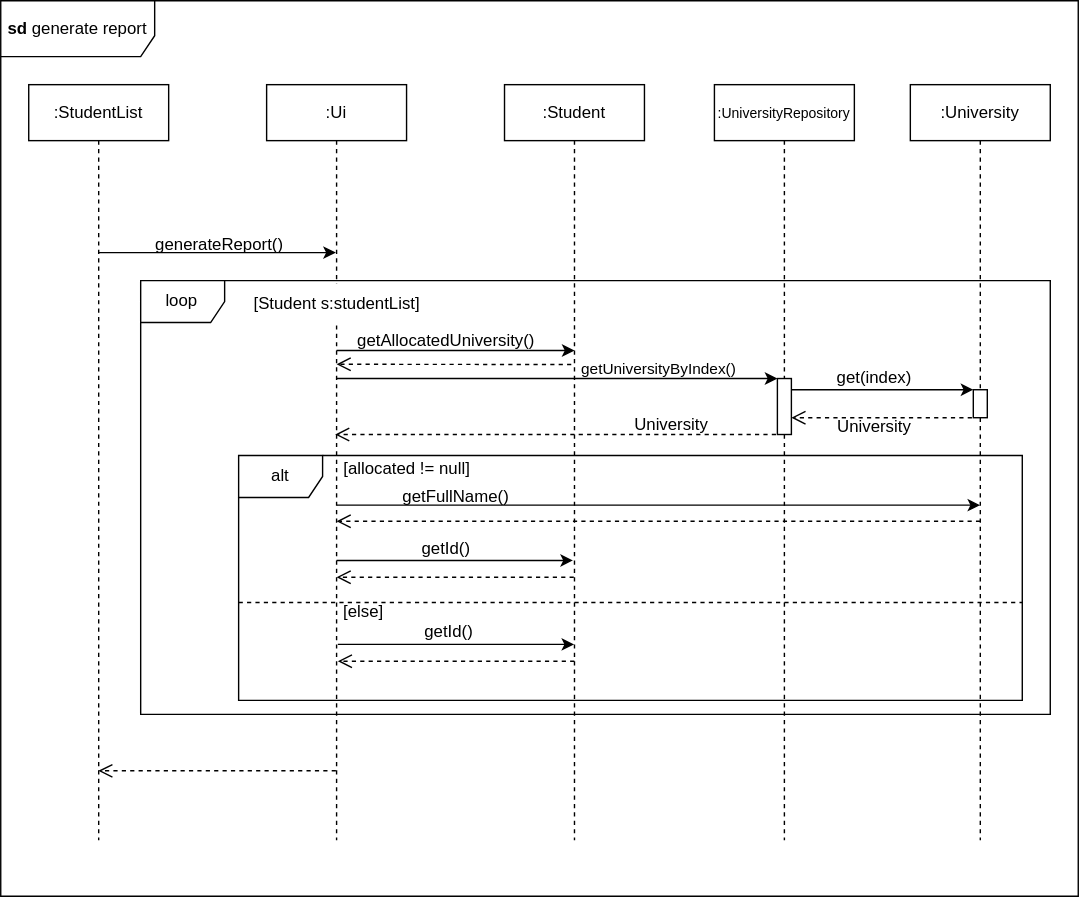
This is docs/UML_Diagrams/GenerateReportsd.drawio.svg from paulktham/tp, a draw.io export, as it was before one commit. Source tidied: cells renumbered, new cells last; positions are measured from the earlier drawing's top-left corner, leaving out a move shared by most shapes.
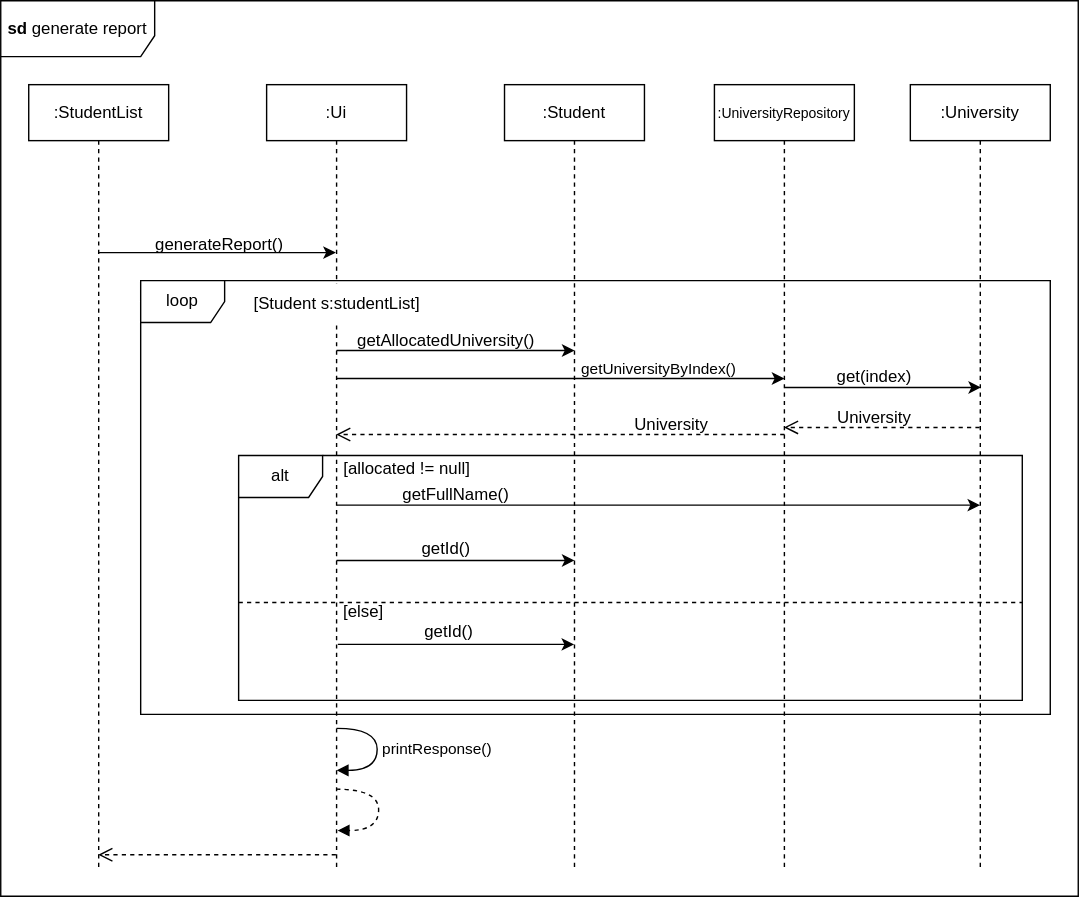
Above is the later version.

Diff of the diagram source:
```diff
@@ -6,13 +6,23 @@
       <mxGeometry width="770" height="640" as="geometry" />
     </mxCell>
     <mxCell id="3" value=":StudentList" style="shape=umlLifeline;perimeter=lifelinePerimeter;whiteSpace=wrap;html=1;outlineConnect=0;portConstraint=eastwest;newEdgeStyle={&quot;edgeStyle&quot;:&quot;elbowEdgeStyle&quot;,&quot;elbow&quot;:&quot;vertical&quot;,&quot;curved&quot;:0,&quot;rounded&quot;:0};" parent="1" vertex="1">
-      <mxGeometry x="20" y="60" width="100" height="540" as="geometry" />
+      <mxGeometry x="20" y="60" width="100" height="560" as="geometry" />
     </mxCell>
     <mxCell id="4" value=":Ui" style="shape=umlLifeline;perimeter=lifelinePerimeter;whiteSpace=wrap;html=1;outlineConnect=0;portConstraint=eastwest;newEdgeStyle={&quot;edgeStyle&quot;:&quot;elbowEdgeStyle&quot;,&quot;elbow&quot;:&quot;vertical&quot;,&quot;curved&quot;:0,&quot;rounded&quot;:0};" parent="1" vertex="1">
-      <mxGeometry x="190" y="60" width="100" height="540" as="geometry" />
+      <mxGeometry x="190" y="60" width="100" height="560" as="geometry" />
     </mxCell>
+    <mxCell id="39" value="printResponse()" style="html=1;align=left;spacingLeft=2;endArrow=block;rounded=0;edgeStyle=orthogonalEdgeStyle;curved=1;rounded=0;" parent="4" edge="1">
+      <mxGeometry relative="1" as="geometry">
+        <mxPoint x="50" y="460" as="sourcePoint" />
+        <mxPoint x="50" y="490" as="targetPoint" />
+        <Array as="points">
+          <mxPoint x="79" y="460" />
+          <mxPoint x="79" y="490" />
+        </Array>
+      </mxGeometry>
+    </mxCell>
     <mxCell id="5" value=":Student" style="shape=umlLifeline;perimeter=lifelinePerimeter;whiteSpace=wrap;html=1;outlineConnect=0;portConstraint=eastwest;newEdgeStyle={&quot;edgeStyle&quot;:&quot;elbowEdgeStyle&quot;,&quot;elbow&quot;:&quot;vertical&quot;,&quot;curved&quot;:0,&quot;rounded&quot;:0};" parent="1" vertex="1">
-      <mxGeometry x="360" y="60" width="100" height="540" as="geometry" />
+      <mxGeometry x="360" y="60" width="100" height="560" as="geometry" />
     </mxCell>
     <mxCell id="6" style="endArrow=classic;html=1;rounded=0;" parent="1" edge="1" target="4">
       <mxGeometry relative="1" as="geometry">
@@ -37,68 +47,56 @@
     <mxCell id="11" value="[Student s:studentList]" style="text;html=1;align=center;verticalAlign=middle;strokeColor=none;fillColor=default;" parent="1" vertex="1">
       <mxGeometry x="170" y="202" width="140" height="30" as="geometry" />
     </mxCell>
-    <mxCell id="12" style="html=1;verticalAlign=bottom;endArrow=open;dashed=1;endSize=8;curved=0;rounded=0;entryX=0.5;entryY=0.37;entryDx=0;entryDy=0;entryPerimeter=0;" parent="1" edge="1" target="4">
-      <mxGeometry relative="1" as="geometry">
-        <mxPoint x="407.7" y="260" as="sourcePoint" />
-      </mxGeometry>
-    </mxCell>
     <mxCell id="13" style="endArrow=classic;html=1;rounded=0;" parent="1" edge="1">
       <mxGeometry relative="1" as="geometry">
         <mxPoint x="240.1" y="360.5" as="sourcePoint" />
         <mxPoint x="699.9" y="360.5" as="targetPoint" />
       </mxGeometry>
     </mxCell>
-    <mxCell id="14" style="html=1;verticalAlign=bottom;endArrow=open;dashed=1;endSize=8;curved=0;rounded=0;" parent="1" edge="1">
-      <mxGeometry relative="1" as="geometry">
-        <mxPoint x="699.9" y="372" as="sourcePoint" />
-        <mxPoint x="240" y="372" as="targetPoint" />
-      </mxGeometry>
-    </mxCell>
     <mxCell id="15" value="getFullName()" style="text;html=1;align=center;verticalAlign=middle;strokeColor=none;fillColor=none;" parent="1" vertex="1">
-      <mxGeometry x="275.4" y="340" width="100" height="30" as="geometry" />
+      <mxGeometry x="275.4" y="338" width="100" height="30" as="geometry" />
     </mxCell>
-    <mxCell id="16" style="html=1;verticalAlign=bottom;endArrow=open;dashed=1;endSize=8;curved=0;rounded=0;entryX=0.497;entryY=0.908;entryDx=0;entryDy=0;entryPerimeter=0;" parent="1" edge="1" source="4" target="3">
-      <mxGeometry relative="1" as="geometry" />
+    <mxCell id="16" style="html=1;verticalAlign=bottom;endArrow=open;dashed=1;endSize=8;curved=0;rounded=0;entryX=0.497;entryY=0.908;entryDx=0;entryDy=0;entryPerimeter=0;" parent="1" edge="1">
+      <mxGeometry relative="1" as="geometry">
+        <mxPoint x="239.5" y="610.3" as="sourcePoint" />
+        <mxPoint x="69.7" y="610.3" as="targetPoint" />
+      </mxGeometry>
     </mxCell>
     <mxCell id="17" value="&lt;div style=&quot;font-size: 10px;&quot;&gt;:UniversityRepository&lt;/div&gt;" style="shape=umlLifeline;perimeter=lifelinePerimeter;whiteSpace=wrap;html=1;outlineConnect=0;portConstraint=eastwest;newEdgeStyle={&quot;edgeStyle&quot;:&quot;elbowEdgeStyle&quot;,&quot;elbow&quot;:&quot;vertical&quot;,&quot;curved&quot;:0,&quot;rounded&quot;:0};" parent="1" vertex="1">
-      <mxGeometry x="510" y="60" width="100" height="540" as="geometry" />
+      <mxGeometry x="510" y="60" width="100" height="560" as="geometry" />
     </mxCell>
-    <mxCell id="18" style="html=1;points=[[0,0,0,0,5],[0,1,0,0,-5],[1,0,0,0,5],[1,1,0,0,-5]];perimeter=orthogonalPerimeter;outlineConnect=0;targetShapes=umlLifeline;portConstraint=eastwest;newEdgeStyle={&quot;curved&quot;:0,&quot;rounded&quot;:0};" parent="17" vertex="1">
-      <mxGeometry x="45" y="210" width="10" height="40" as="geometry" />
-    </mxCell>
     <mxCell id="19" value=":University" style="shape=umlLifeline;perimeter=lifelinePerimeter;whiteSpace=wrap;html=1;newEdgeStyle={&quot;edgeStyle&quot;:&quot;elbowEdgeStyle&quot;,&quot;elbow&quot;:&quot;vertical&quot;,&quot;curved&quot;:0,&quot;rounded&quot;:0};" parent="1" vertex="1">
-      <mxGeometry x="650" y="60" width="100" height="540" as="geometry" />
+      <mxGeometry x="650" y="60" width="100" height="560" as="geometry" />
     </mxCell>
-    <mxCell id="20" style="html=1;perimeter=orthogonalPerimeter;targetShapes=umlLifeline;newEdgeStyle={&quot;curved&quot;:0,&quot;rounded&quot;:0};" parent="19" vertex="1">
-      <mxGeometry x="45" y="218" width="10" height="20" as="geometry" />
-    </mxCell>
-    <mxCell id="21" style="endArrow=classic;html=1;rounded=0;" parent="1" edge="1" target="18">
+    <mxCell id="21" style="endArrow=classic;html=1;rounded=0;" parent="1" edge="1">
       <mxGeometry relative="1" as="geometry">
         <mxPoint x="240" y="270" as="sourcePoint" />
+        <mxPoint x="560" y="270" as="targetPoint" />
       </mxGeometry>
     </mxCell>
     <mxCell id="22" value="getUniversityByIndex()" style="text;html=1;align=center;verticalAlign=middle;strokeColor=none;fillColor=none;fontSize=11;" parent="1" vertex="1">
       <mxGeometry x="405" y="248" width="130" height="30" as="geometry" />
     </mxCell>
-    <mxCell id="23" style="endArrow=classic;html=1;rounded=0;" parent="1" edge="1" source="18">
+    <mxCell id="23" style="endArrow=classic;html=1;rounded=0;entryX=0.505;entryY=0.39;entryDx=0;entryDy=0;entryPerimeter=0;" parent="1" edge="1">
       <mxGeometry relative="1" as="geometry">
-        <mxPoint x="695" y="278" as="targetPoint" />
+        <mxPoint x="560.2" y="276.4" as="sourcePoint" />
+        <mxPoint x="700.5" y="276.4" as="targetPoint" />
       </mxGeometry>
     </mxCell>
-    <mxCell id="24" style="html=1;verticalAlign=bottom;endArrow=open;dashed=1;endSize=8;curved=0;rounded=0;" parent="1" edge="1" target="18">
+    <mxCell id="24" style="html=1;verticalAlign=bottom;endArrow=open;dashed=1;endSize=8;curved=0;rounded=0;" parent="1" edge="1" target="17">
       <mxGeometry relative="1" as="geometry">
-        <mxPoint x="694" y="298" as="sourcePoint" />
+        <mxPoint x="699.5" y="305" as="sourcePoint" />
       </mxGeometry>
     </mxCell>
     <mxCell id="25" value="get(index)" style="text;html=1;align=center;verticalAlign=middle;strokeColor=none;fillColor=none;" parent="1" vertex="1">
-      <mxGeometry x="584" y="255" width="80" height="30" as="geometry" />
+      <mxGeometry x="584" y="254" width="80" height="30" as="geometry" />
     </mxCell>
     <mxCell id="26" value="University" style="text;html=1;align=center;verticalAlign=middle;strokeColor=none;fillColor=none;" parent="1" vertex="1">
-      <mxGeometry x="584" y="290" width="80" height="30" as="geometry" />
+      <mxGeometry x="584" y="283" width="80" height="30" as="geometry" />
     </mxCell>
     <mxCell id="27" style="html=1;verticalAlign=bottom;endArrow=open;dashed=1;endSize=8;curved=0;rounded=0;" parent="1" edge="1" target="4">
       <mxGeometry relative="1" as="geometry">
-        <mxPoint x="554" y="310" as="sourcePoint" />
+        <mxPoint x="560" y="310" as="sourcePoint" />
       </mxGeometry>
     </mxCell>
     <mxCell id="28" value="University" style="text;html=1;align=center;verticalAlign=middle;strokeColor=none;fillColor=none;" parent="1" vertex="1">
@@ -110,17 +108,12 @@
     <mxCell id="30" value="[allocated != null]" style="text;html=1;align=center;verticalAlign=middle;strokeColor=none;fillColor=none;" parent="1" vertex="1">
       <mxGeometry x="235" y="320" width="110" height="30" as="geometry" />
     </mxCell>
-    <mxCell id="31" style="endArrow=classic;html=1;rounded=0;entryX=0.5;entryY=0.218;entryDx=0;entryDy=0;entryPerimeter=0;" parent="1" edge="1">
+    <mxCell id="31" style="endArrow=classic;html=1;rounded=0;" parent="1" edge="1">
       <mxGeometry relative="1" as="geometry">
         <mxPoint x="240" y="400" as="sourcePoint" />
-        <mxPoint x="408.9" y="400" as="targetPoint" />
+        <mxPoint x="410" y="400" as="targetPoint" />
       </mxGeometry>
     </mxCell>
-    <mxCell id="32" style="html=1;verticalAlign=bottom;endArrow=open;dashed=1;endSize=8;curved=0;rounded=0;" parent="1" edge="1" source="5">
-      <mxGeometry relative="1" as="geometry">
-        <mxPoint x="240" y="412" as="targetPoint" />
-      </mxGeometry>
-    </mxCell>
     <mxCell id="33" value="getId()" style="text;html=1;align=center;verticalAlign=middle;strokeColor=none;fillColor=none;" parent="1" vertex="1">
       <mxGeometry x="287.7" y="377" width="60" height="30" as="geometry" />
     </mxCell>
@@ -136,17 +129,20 @@
         <mxPoint x="409.8" y="460" as="targetPoint" />
       </mxGeometry>
     </mxCell>
-    <mxCell id="36" style="html=1;verticalAlign=bottom;endArrow=open;dashed=1;endSize=8;curved=0;rounded=0;" parent="1" edge="1">
-      <mxGeometry relative="1" as="geometry">
-        <mxPoint x="409.9" y="472" as="sourcePoint" />
-        <mxPoint x="240.9" y="472" as="targetPoint" />
-      </mxGeometry>
-    </mxCell>
     <mxCell id="37" value="getId()" style="text;html=1;align=center;verticalAlign=middle;strokeColor=none;fillColor=none;" parent="1" vertex="1">
       <mxGeometry x="290" y="436" width="60" height="30" as="geometry" />
     </mxCell>
     <mxCell id="38" value="[else]" style="text;html=1;align=center;verticalAlign=middle;strokeColor=none;fillColor=none;" parent="1" vertex="1">
       <mxGeometry x="234" y="422" width="50" height="30" as="geometry" />
     </mxCell>
+    <mxCell id="40" style="html=1;align=left;spacingLeft=2;endArrow=block;rounded=0;edgeStyle=orthogonalEdgeStyle;curved=1;rounded=0;exitX=0.496;exitY=0.899;exitDx=0;exitDy=0;exitPerimeter=0;dashed=1;" parent="1" edge="1" source="4">
+      <mxGeometry relative="1" as="geometry">
+        <mxPoint x="240.7" y="593" as="targetPoint" />
+        <Array as="points">
+          <mxPoint x="270" y="563" />
+          <mxPoint x="270" y="593" />
+        </Array>
+      </mxGeometry>
+    </mxCell>
   </root>
 </mxGraphModel>
```
